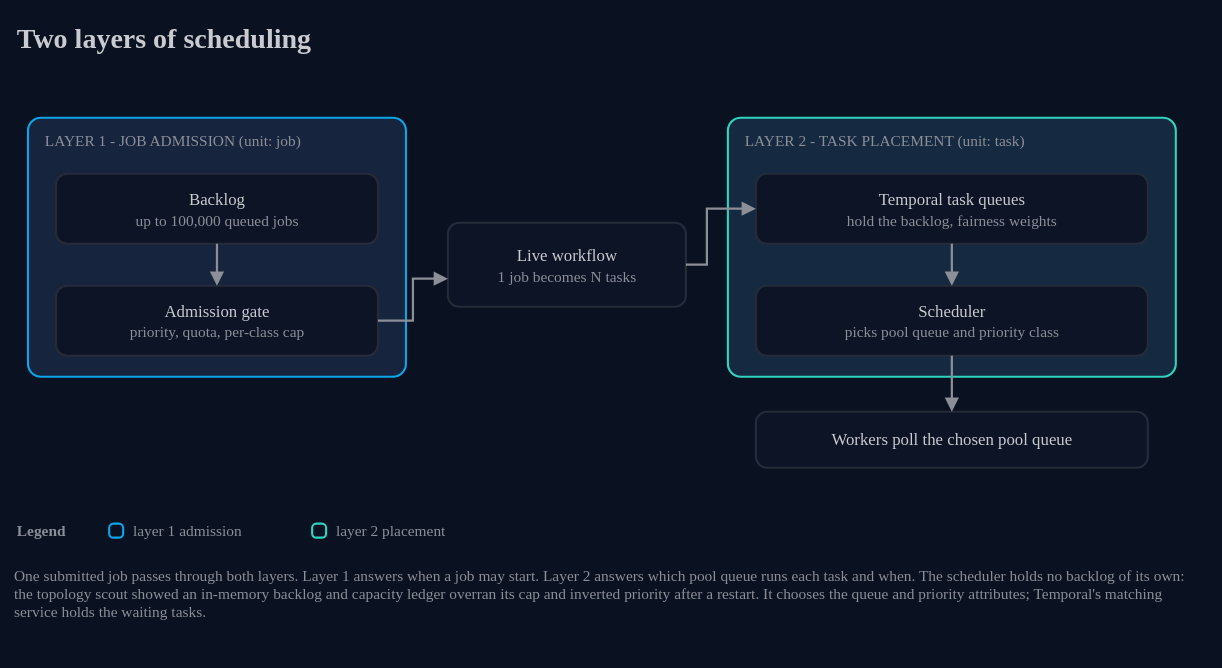
Before: docs/architecture/02-two-layers-of-scheduling.drawio.svg, a diagram exported from draw.io (AndoNorth/wasm-dag-forge). Source tidied: cells renumbered, new cells last; positions are measured from the earlier drawing's top-left corner, leaving out a move shared by most shapes. Source of this version:
```xml
<mxGraphModel background="#0a1120">
  <root>
    <mxCell id="0" />
    <mxCell id="1" parent="0" />
    <mxCell id="2" value="Two layers of scheduling" style="text;html=1;strokeColor=none;fillColor=none;align=left;verticalAlign=middle;fontColor=#c9cbd0;fontSize=20;fontStyle=1;fontFamily=IBM Plex Sans;" parent="1" vertex="1">
      <mxGeometry width="840" height="32" as="geometry" />
    </mxCell>
    <mxCell id="3" style="rounded=1;arcSize=5;html=1;whiteSpace=wrap;fillColor=#16243e;strokeColor=#0ca5e9;strokeWidth=1.5;fontColor=#c9cbd0;fontSize=12;fontFamily=IBM Plex Sans;verticalAlign=top;align=left;" parent="1" vertex="1">
      <mxGeometry x="10" y="74" width="270" height="185" as="geometry" />
    </mxCell>
    <mxCell id="4" style="rounded=1;arcSize=5;html=1;whiteSpace=wrap;fillColor=#152940;strokeColor=#2fd4bf;strokeWidth=1.5;fontColor=#c9cbd0;fontSize=12;fontFamily=IBM Plex Sans;verticalAlign=top;align=left;" parent="1" vertex="1">
      <mxGeometry x="510" y="74" width="320" height="185" as="geometry" />
    </mxCell>
    <mxCell id="5" value="Backlog&lt;br&gt;&lt;font color=&quot;#8c8f98&quot; style=&quot;font-size:11px&quot;&gt;up to 100,000 queued jobs&lt;/font&gt;" style="rounded=1;arcSize=16;html=1;whiteSpace=wrap;fillColor=#0c1425;strokeColor=#252b39;strokeWidth=1.5;fontColor=#c9cbd0;fontSize=12;fontFamily=IBM Plex Sans;" parent="1" vertex="1">
      <mxGeometry x="30" y="114" width="230" height="50" as="geometry" />
    </mxCell>
    <mxCell id="6" value="Admission gate&lt;br&gt;&lt;font color=&quot;#8c8f98&quot; style=&quot;font-size:11px&quot;&gt;priority, quota, per-class cap&lt;/font&gt;" style="rounded=1;arcSize=16;html=1;whiteSpace=wrap;fillColor=#0c1425;strokeColor=#252b39;strokeWidth=1.5;fontColor=#c9cbd0;fontSize=12;fontFamily=IBM Plex Sans;" parent="1" vertex="1">
      <mxGeometry x="30" y="194" width="230" height="50" as="geometry" />
    </mxCell>
    <mxCell id="7" value="Live workflow&lt;br&gt;&lt;font color=&quot;#8c8f98&quot; style=&quot;font-size:11px&quot;&gt;1 job becomes N tasks&lt;/font&gt;" style="rounded=1;arcSize=13;html=1;whiteSpace=wrap;fillColor=#0c1425;strokeColor=#252b39;strokeWidth=1.5;fontColor=#c9cbd0;fontSize=12;fontFamily=IBM Plex Sans;" parent="1" vertex="1">
      <mxGeometry x="310" y="149" width="170" height="60" as="geometry" />
    </mxCell>
    <mxCell id="8" value="Temporal task queues&lt;br&gt;&lt;font color=&quot;#8c8f98&quot; style=&quot;font-size:11px&quot;&gt;hold the backlog, fairness weights&lt;/font&gt;" style="rounded=1;arcSize=16;html=1;whiteSpace=wrap;fillColor=#0c1425;strokeColor=#252b39;strokeWidth=1.5;fontColor=#c9cbd0;fontSize=12;fontFamily=IBM Plex Sans;" parent="1" vertex="1">
      <mxGeometry x="530" y="114" width="280" height="50" as="geometry" />
    </mxCell>
    <mxCell id="9" value="Scheduler&lt;br&gt;&lt;font color=&quot;#8c8f98&quot; style=&quot;font-size:11px&quot;&gt;picks pool queue and priority class&lt;/font&gt;" style="rounded=1;arcSize=16;html=1;whiteSpace=wrap;fillColor=#0c1425;strokeColor=#252b39;strokeWidth=1.5;fontColor=#c9cbd0;fontSize=12;fontFamily=IBM Plex Sans;" parent="1" vertex="1">
      <mxGeometry x="530" y="194" width="280" height="50" as="geometry" />
    </mxCell>
    <mxCell id="10" value="Workers poll the chosen pool queue" style="rounded=1;arcSize=20;html=1;whiteSpace=wrap;fillColor=#0c1425;strokeColor=#252b39;strokeWidth=1.5;fontColor=#c9cbd0;fontSize=12;fontFamily=IBM Plex Sans;" parent="1" vertex="1">
      <mxGeometry x="530" y="284" width="280" height="40" as="geometry" />
    </mxCell>
    <mxCell id="11" value="LAYER 1 - JOB ADMISSION (unit: job)" style="text;html=1;strokeColor=none;fillColor=none;align=left;verticalAlign=middle;whiteSpace=nowrap;fontColor=#8c8f98;fontSize=11;fontFamily=IBM Plex Mono;spacing=0;spacingLeft=0;" parent="1" vertex="1">
      <mxGeometry x="22" y="81" width="239" height="18" as="geometry" />
    </mxCell>
    <mxCell id="12" value="LAYER 2 - TASK PLACEMENT (unit: task)" style="text;html=1;strokeColor=none;fillColor=none;align=left;verticalAlign=middle;whiteSpace=nowrap;fontColor=#8c8f98;fontSize=11;fontFamily=IBM Plex Mono;spacing=0;spacingLeft=0;" parent="1" vertex="1">
      <mxGeometry x="522" y="81" width="252.2" height="18" as="geometry" />
    </mxCell>
    <mxCell id="13" style="endArrow=block;endFill=1;startArrow=none;startFill=1;html=1;rounded=0;strokeColor=#8c8f98;strokeWidth=1.6;exitX=0.5;exitY=1;exitDx=0;exitDy=0;entryX=0.5;entryY=0;entryDx=0;entryDy=0;" parent="1" edge="1" source="5" target="6">
      <mxGeometry relative="1" as="geometry" />
    </mxCell>
    <mxCell id="14" style="endArrow=block;endFill=1;startArrow=none;startFill=1;html=1;rounded=0;strokeColor=#8c8f98;strokeWidth=1.6;exitX=1;exitY=0.5;exitDx=0;exitDy=0;entryX=0;entryY=0.666667;entryDx=0;entryDy=0;" parent="1" edge="1" source="6" target="7">
      <mxGeometry relative="1" as="geometry">
        <Array as="points">
          <mxPoint x="285" y="219" />
          <mxPoint x="285" y="189" />
        </Array>
      </mxGeometry>
    </mxCell>
    <mxCell id="15" style="endArrow=block;endFill=1;startArrow=none;startFill=1;html=1;rounded=0;strokeColor=#8c8f98;strokeWidth=1.6;exitX=1;exitY=0.5;exitDx=0;exitDy=0;entryX=0;entryY=0.5;entryDx=0;entryDy=0;" parent="1" edge="1" source="7" target="8">
      <mxGeometry relative="1" as="geometry">
        <Array as="points">
          <mxPoint x="495" y="179" />
          <mxPoint x="495" y="139" />
        </Array>
      </mxGeometry>
    </mxCell>
    <mxCell id="16" style="endArrow=block;endFill=1;startArrow=none;startFill=1;html=1;rounded=0;strokeColor=#8c8f98;strokeWidth=1.6;exitX=0.5;exitY=1;exitDx=0;exitDy=0;entryX=0.5;entryY=0;entryDx=0;entryDy=0;" parent="1" edge="1" source="8" target="9">
      <mxGeometry relative="1" as="geometry" />
    </mxCell>
    <mxCell id="17" style="endArrow=block;endFill=1;startArrow=none;startFill=1;html=1;rounded=0;strokeColor=#8c8f98;strokeWidth=1.6;exitX=0.5;exitY=1;exitDx=0;exitDy=0;entryX=0.5;entryY=0;entryDx=0;entryDy=0;" parent="1" edge="1" source="9" target="10">
      <mxGeometry relative="1" as="geometry" />
    </mxCell>
    <mxCell id="18" value="Legend" style="text;html=1;strokeColor=none;fillColor=none;align=left;verticalAlign=middle;fontColor=#8c8f98;fontSize=11;fontStyle=1;fontFamily=IBM Plex Mono;" parent="1" vertex="1">
      <mxGeometry y="360" width="60" height="18" as="geometry" />
    </mxCell>
    <mxCell id="19" style="rounded=1;arcSize=30;html=1;fillColor=none;strokeColor=#0ca5e9;strokeWidth=1.5;" parent="1" vertex="1">
      <mxGeometry x="68" y="364" width="10" height="10" as="geometry" />
    </mxCell>
    <mxCell id="20" value="layer 1 admission" style="text;html=1;strokeColor=none;fillColor=none;align=left;verticalAlign=middle;whiteSpace=nowrap;fontColor=#8c8f98;fontSize=11;fontFamily=IBM Plex Sans;" parent="1" vertex="1">
      <mxGeometry x="83" y="360" width="116" height="18" as="geometry" />
    </mxCell>
    <mxCell id="21" style="rounded=1;arcSize=30;html=1;fillColor=none;strokeColor=#2fd4bf;strokeWidth=1.5;" parent="1" vertex="1">
      <mxGeometry x="213" y="364" width="10" height="10" as="geometry" />
    </mxCell>
    <mxCell id="22" value="layer 2 placement" style="text;html=1;strokeColor=none;fillColor=none;align=left;verticalAlign=middle;whiteSpace=nowrap;fontColor=#8c8f98;fontSize=11;fontFamily=IBM Plex Sans;" parent="1" vertex="1">
      <mxGeometry x="228" y="360" width="116" height="18" as="geometry" />
    </mxCell>
    <mxCell id="23" value="One submitted job passes through both layers. Layer 1 answers when a job may start. Layer 2 answers which pool queue runs each task and when. The scheduler holds no backlog of its own: the topology scout showed an in-memory backlog and capacity ledger overran its cap and inverted priority after a restart. It chooses the queue and priority attributes; Temporal's matching service holds the waiting tasks." style="text;html=1;strokeColor=none;fillColor=none;align=left;verticalAlign=top;whiteSpace=wrap;fontColor=#8c8f98;fontSize=11;fontFamily=IBM Plex Sans;spacing=0;" parent="1" vertex="1">
      <mxGeometry y="390" width="840" height="56" as="geometry" />
    </mxCell>
  </root>
</mxGraphModel>
```
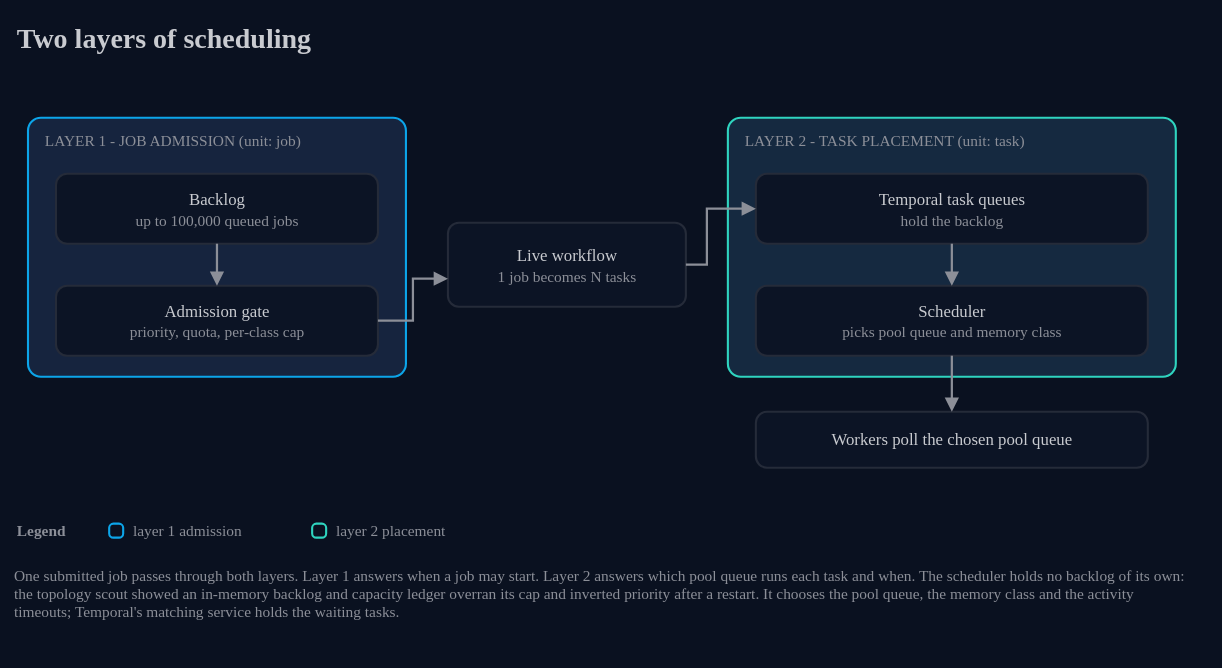
Above is the later version.

The edit, as a diff of the source:
```diff
@@ -20,10 +20,10 @@
     <mxCell id="7" value="Live workflow&lt;br&gt;&lt;font color=&quot;#8c8f98&quot; style=&quot;font-size:11px&quot;&gt;1 job becomes N tasks&lt;/font&gt;" style="rounded=1;arcSize=13;html=1;whiteSpace=wrap;fillColor=#0c1425;strokeColor=#252b39;strokeWidth=1.5;fontColor=#c9cbd0;fontSize=12;fontFamily=IBM Plex Sans;" parent="1" vertex="1">
       <mxGeometry x="310" y="149" width="170" height="60" as="geometry" />
     </mxCell>
-    <mxCell id="8" value="Temporal task queues&lt;br&gt;&lt;font color=&quot;#8c8f98&quot; style=&quot;font-size:11px&quot;&gt;hold the backlog, fairness weights&lt;/font&gt;" style="rounded=1;arcSize=16;html=1;whiteSpace=wrap;fillColor=#0c1425;strokeColor=#252b39;strokeWidth=1.5;fontColor=#c9cbd0;fontSize=12;fontFamily=IBM Plex Sans;" parent="1" vertex="1">
+    <mxCell id="8" value="Temporal task queues&lt;br&gt;&lt;font color=&quot;#8c8f98&quot; style=&quot;font-size:11px&quot;&gt;hold the backlog&lt;/font&gt;" style="rounded=1;arcSize=16;html=1;whiteSpace=wrap;fillColor=#0c1425;strokeColor=#252b39;strokeWidth=1.5;fontColor=#c9cbd0;fontSize=12;fontFamily=IBM Plex Sans;" parent="1" vertex="1">
       <mxGeometry x="530" y="114" width="280" height="50" as="geometry" />
     </mxCell>
-    <mxCell id="9" value="Scheduler&lt;br&gt;&lt;font color=&quot;#8c8f98&quot; style=&quot;font-size:11px&quot;&gt;picks pool queue and priority class&lt;/font&gt;" style="rounded=1;arcSize=16;html=1;whiteSpace=wrap;fillColor=#0c1425;strokeColor=#252b39;strokeWidth=1.5;fontColor=#c9cbd0;fontSize=12;fontFamily=IBM Plex Sans;" parent="1" vertex="1">
+    <mxCell id="9" value="Scheduler&lt;br&gt;&lt;font color=&quot;#8c8f98&quot; style=&quot;font-size:11px&quot;&gt;picks pool queue and memory class&lt;/font&gt;" style="rounded=1;arcSize=16;html=1;whiteSpace=wrap;fillColor=#0c1425;strokeColor=#252b39;strokeWidth=1.5;fontColor=#c9cbd0;fontSize=12;fontFamily=IBM Plex Sans;" parent="1" vertex="1">
       <mxGeometry x="530" y="194" width="280" height="50" as="geometry" />
     </mxCell>
     <mxCell id="10" value="Workers poll the chosen pool queue" style="rounded=1;arcSize=20;html=1;whiteSpace=wrap;fillColor=#0c1425;strokeColor=#252b39;strokeWidth=1.5;fontColor=#c9cbd0;fontSize=12;fontFamily=IBM Plex Sans;" parent="1" vertex="1">
@@ -75,7 +75,7 @@
     <mxCell id="22" value="layer 2 placement" style="text;html=1;strokeColor=none;fillColor=none;align=left;verticalAlign=middle;whiteSpace=nowrap;fontColor=#8c8f98;fontSize=11;fontFamily=IBM Plex Sans;" parent="1" vertex="1">
       <mxGeometry x="228" y="360" width="116" height="18" as="geometry" />
     </mxCell>
-    <mxCell id="23" value="One submitted job passes through both layers. Layer 1 answers when a job may start. Layer 2 answers which pool queue runs each task and when. The scheduler holds no backlog of its own: the topology scout showed an in-memory backlog and capacity ledger overran its cap and inverted priority after a restart. It chooses the queue and priority attributes; Temporal's matching service holds the waiting tasks." style="text;html=1;strokeColor=none;fillColor=none;align=left;verticalAlign=top;whiteSpace=wrap;fontColor=#8c8f98;fontSize=11;fontFamily=IBM Plex Sans;spacing=0;" parent="1" vertex="1">
+    <mxCell id="23" value="One submitted job passes through both layers. Layer 1 answers when a job may start. Layer 2 answers which pool queue runs each task and when. The scheduler holds no backlog of its own: the topology scout showed an in-memory backlog and capacity ledger overran its cap and inverted priority after a restart. It chooses the pool queue, the memory class and the activity timeouts; Temporal's matching service holds the waiting tasks." style="text;html=1;strokeColor=none;fillColor=none;align=left;verticalAlign=top;whiteSpace=wrap;fontColor=#8c8f98;fontSize=11;fontFamily=IBM Plex Sans;spacing=0;" parent="1" vertex="1">
       <mxGeometry y="390" width="840" height="56" as="geometry" />
     </mxCell>
   </root>
```
